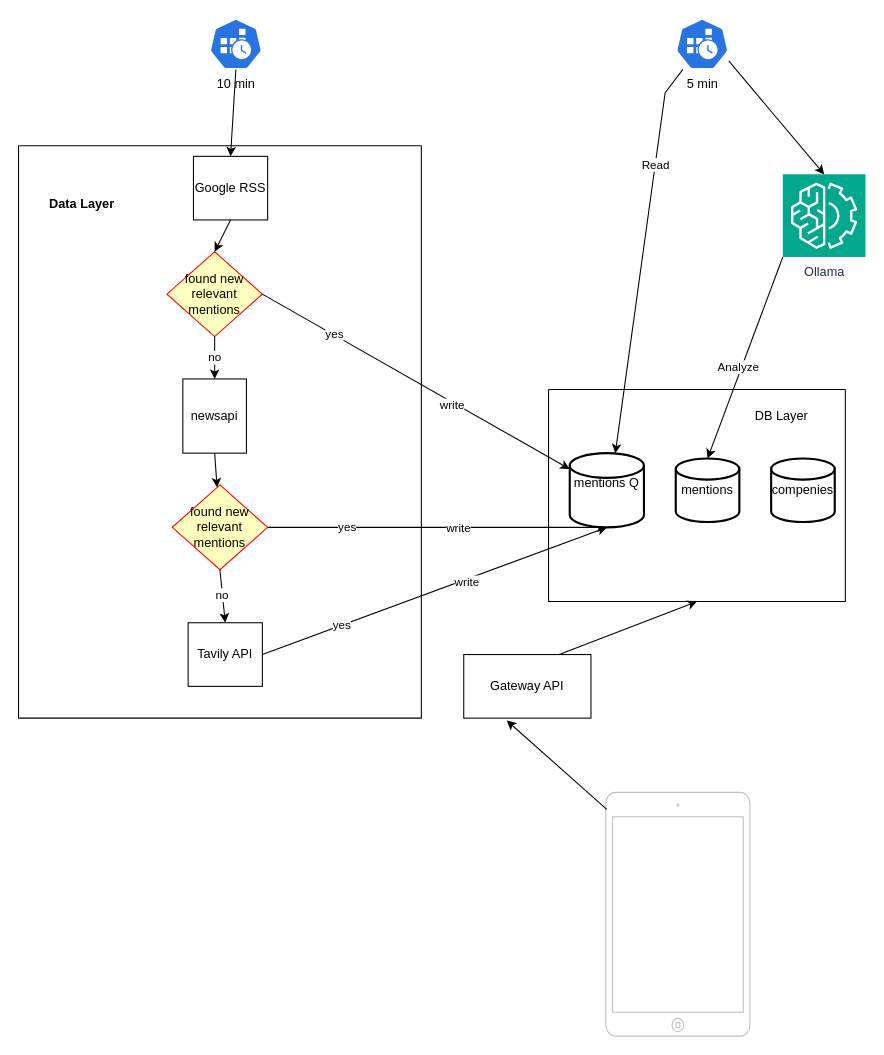
Before: charts/system.drawio in ytzlax/ourcrowd, a draw.io diagram. Source tidied: cells renumbered, new cells numbered last; positions are measured from the earlier drawing's top-left corner, leaving out a move shared by most shapes. Both pictures are drawn from the tidied source at 106%, with x=0, y=0 at pixel (18, 18).
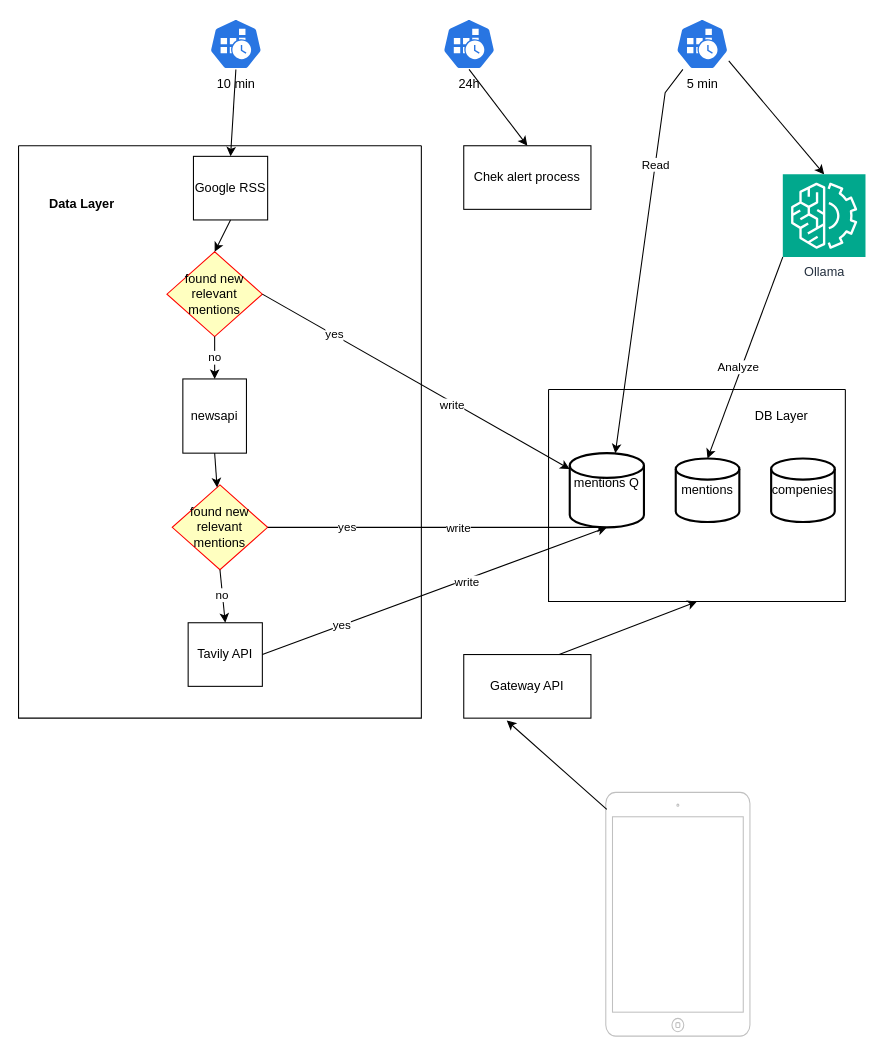
The same page after the edit.

Diff of the diagram source:
```diff
@@
+    <mxCell id="42" value="24h" style="sketch=0;html=1;dashed=0;whitespace=wrap;verticalLabelPosition=bottom;verticalAlign=top;fillColor=#2875E2;strokeColor=#ffffff;points=[[0.005,0.63,0],[0.1,0.2,0],[0.9,0.2,0],[0.5,0,0],[0.995,0.63,0],[0.72,0.99,0],[0.5,1,0],[0.28,0.99,0]];shape=mxgraph.kubernetes.icon2;prIcon=cronjob;" parent="1" vertex="1">
+      <mxGeometry x="400" width="50" height="48" as="geometry" />
+    </mxCell>
+    <mxCell id="43" value="Chek alert process" style="rounded=0;whiteSpace=wrap;html=1;" parent="1" vertex="1">
+      <mxGeometry x="420" y="120" width="120" height="60" as="geometry" />
+    </mxCell>
+    <mxCell id="44" style="endArrow=classic;html=1;rounded=0;exitX=0.5;exitY=1;exitDx=0;exitDy=0;exitPerimeter=0;entryX=0.5;entryY=0;entryDx=0;entryDy=0;" parent="1" edge="1" source="42" target="43">
+      <mxGeometry relative="1" as="geometry" />
+    </mxCell>
```
